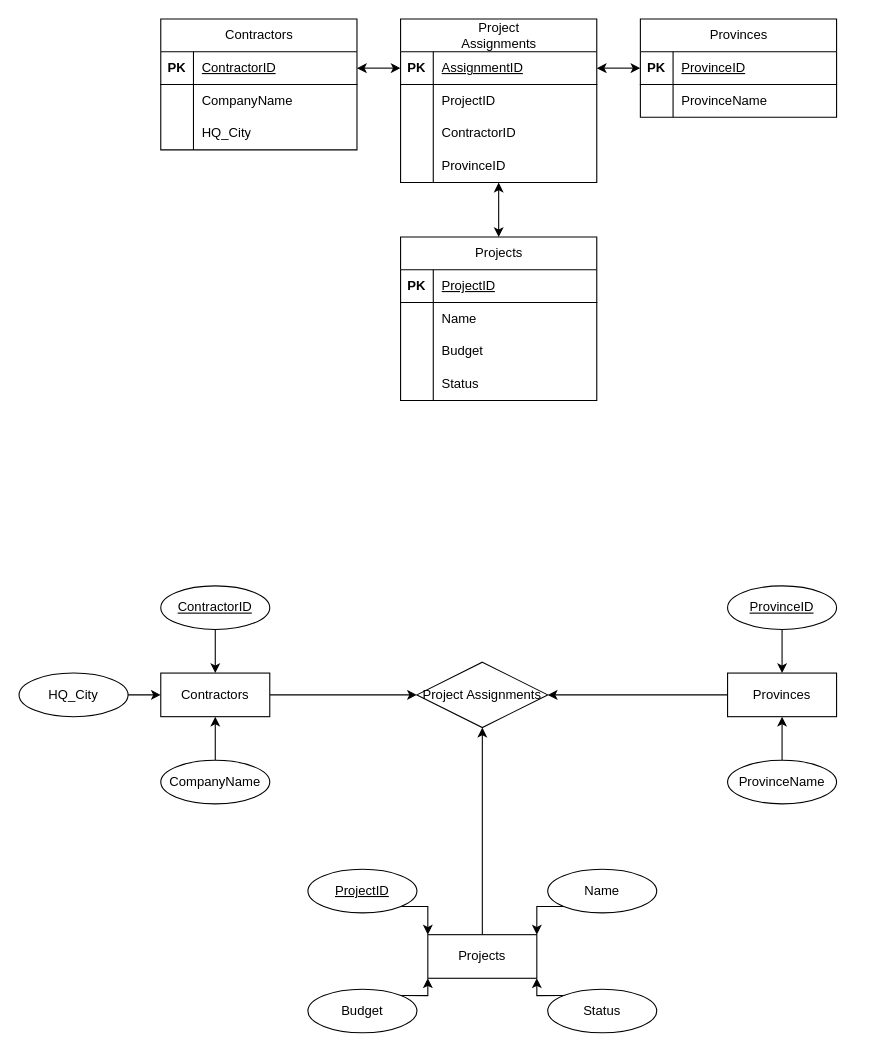
This is docs/national_infrastructure_project_database.drawio from Kw126/national_infrastructure_project_database, a draw.io file, before an edit. Source tidied: cells renumbered, new cells numbered last; positions are measured from the earlier drawing's top-left corner, leaving out a move shared by most shapes. Both pictures are drawn from the tidied source at 109%, with x=0, y=0 at pixel (19, 19).
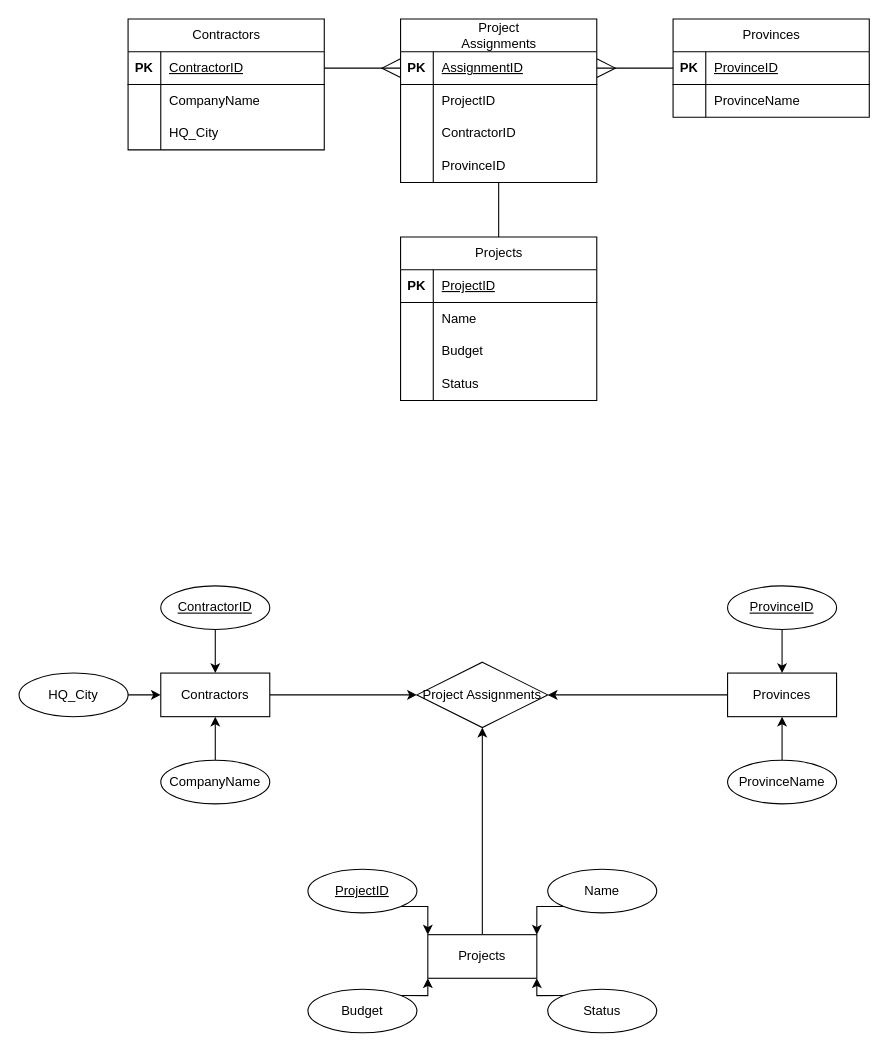
Above is the later version.

Unchanged cells that the change refers to:
```xml
<mxCell id="5" style="shape=tableRow;horizontal=0;startSize=0;swimlaneHead=0;swimlaneBody=0;fillColor=none;points=[[0,0.5],[1,0.5]];portConstraint=eastwest;top=0;left=0;right=0;bottom=1;" parent="4" vertex="1">
  <mxGeometry y="30" width="180" height="30" as="geometry" />
</mxCell>
<mxCell id="12" value="&lt;span style=&quot;font-weight: 400; text-wrap-mode: wrap;&quot;&gt;Project Assignments&lt;/span&gt;" style="shape=table;startSize=30;childLayout=tableLayout;rowLines=0;fontStyle=1;align=center;html=1;" parent="1" vertex="1">
  <mxGeometry x="350" width="180" height="150" as="geometry" />
</mxCell>
<mxCell id="13" style="shape=tableRow;horizontal=0;startSize=0;swimlaneHead=0;swimlaneBody=0;fillColor=none;points=[[0,0.5],[1,0.5]];portConstraint=eastwest;top=0;left=0;right=0;bottom=1;" parent="12" vertex="1">
  <mxGeometry y="30" width="180" height="30" as="geometry" />
</mxCell>
<mxCell id="25" value="&lt;span style=&quot;font-weight: 400; text-wrap-mode: wrap;&quot;&gt;Projects&lt;/span&gt;" style="shape=table;startSize=30;childLayout=tableLayout;rowLines=0;fontStyle=1;align=center;html=1;" parent="1" vertex="1">
  <mxGeometry x="350" y="200" width="180" height="150" as="geometry" />
</mxCell>
<mxCell id="39" style="shape=tableRow;horizontal=0;startSize=0;swimlaneHead=0;swimlaneBody=0;fillColor=none;points=[[0,0.5],[1,0.5]];portConstraint=eastwest;top=0;left=0;right=0;bottom=1;" parent="38" vertex="1">
  <mxGeometry y="30" width="180" height="30" as="geometry" />
</mxCell>
```

The edit, as a diff of the source:
```diff
@@
-    <mxCell id="2" style="edgeStyle=orthogonalEdgeStyle;rounded=0;jettySize=auto;html=1;exitX=1;exitY=0.5;exitDx=0;exitDy=0;startArrow=classic;startFill=1;entryX=0;entryY=0.5;entryDx=0;entryDy=0;" parent="1" edge="1" source="13" target="5">
+    <mxCell id="2" style="edgeStyle=orthogonalEdgeStyle;rounded=0;jettySize=auto;html=1;exitX=1;exitY=0.5;exitDx=0;exitDy=0;startArrow=ERmany;startFill=0;entryX=0;entryY=0.5;entryDx=0;entryDy=0;endArrow=none;endFill=0;startSize=15;" parent="1" edge="1" source="13" target="5">
       <mxGeometry relative="1" as="geometry" />
     </mxCell>
-    <mxCell id="3" style="edgeStyle=orthogonalEdgeStyle;rounded=0;jettySize=auto;html=1;exitX=0;exitY=0.5;exitDx=0;exitDy=0;entryX=1;entryY=0.5;entryDx=0;entryDy=0;startArrow=classic;startFill=1;" parent="1" edge="1" source="13" target="39">
+    <mxCell id="3" style="edgeStyle=orthogonalEdgeStyle;rounded=0;jettySize=auto;html=1;exitX=0;exitY=0.5;exitDx=0;exitDy=0;entryX=1;entryY=0.5;entryDx=0;entryDy=0;startArrow=ERmany;startFill=0;endArrow=none;endFill=0;startSize=15;" parent="1" edge="1" source="13" target="39">
       <mxGeometry relative="1" as="geometry" />
     </mxCell>
     <mxCell id="4" value="&lt;span style=&quot;font-weight: 400; text-wrap-mode: wrap;&quot;&gt;Provinces&lt;/span&gt;" style="shape=table;startSize=30;childLayout=tableLayout;rowLines=0;fontStyle=1;align=center;html=1;" parent="1" vertex="1">
-      <mxGeometry x="570" width="180" height="90" as="geometry" />
+      <mxGeometry x="600" width="180" height="90" as="geometry" />
     </mxCell>
@@
-    <mxCell id="11" style="edgeStyle=orthogonalEdgeStyle;rounded=0;jettySize=auto;html=1;startArrow=classic;startFill=1;entryX=0.5;entryY=0;entryDx=0;entryDy=0;" parent="1" edge="1" source="12" target="25">
+    <mxCell id="11" style="edgeStyle=orthogonalEdgeStyle;rounded=0;jettySize=auto;html=1;startArrow=none;startFill=0;entryX=0.5;entryY=0;entryDx=0;entryDy=0;endArrow=none;endFill=0;startSize=15;" parent="1" edge="1" source="12" target="25">
       <mxGeometry relative="1" as="geometry" />
     </mxCell>
@@
     <mxCell id="38" value="&lt;span style=&quot;font-weight: 400; text-wrap-mode: wrap;&quot;&gt;Contractors&lt;/span&gt;" style="shape=table;startSize=30;childLayout=tableLayout;rowLines=0;fontStyle=1;align=center;html=1;" parent="1" vertex="1">
-      <mxGeometry x="130" width="180" height="120" as="geometry" />
+      <mxGeometry x="100" width="180" height="120" as="geometry" />
     </mxCell>
```
